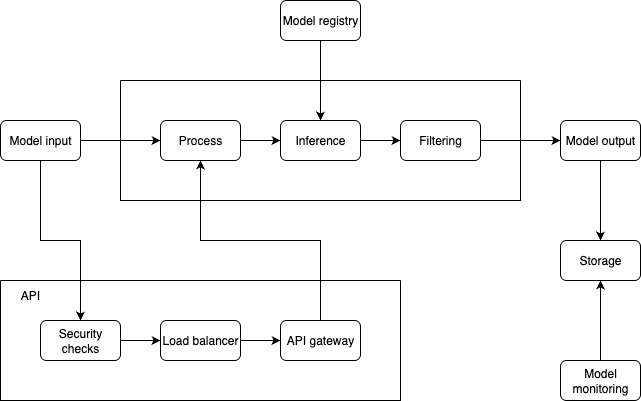
This is machine-learning/image/machine-learning-system-design-0/machine-learning-system-design-3.png from riehseun/riehseun.github.io, a draw.io export, as it was before one commit. Source tidied: cells renumbered, new cells last; positions are measured from the earlier drawing's top-left corner, leaving out a move shared by most shapes.
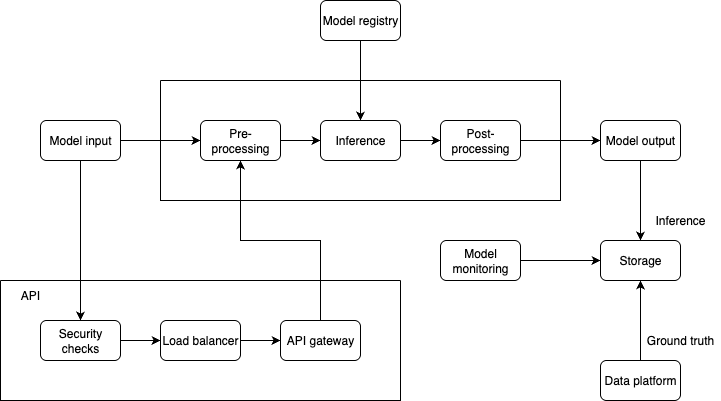
The same diagram one commit later.

The edit, as a diff of the source:
```diff
@@ -14,7 +14,7 @@
     <mxCell id="5" style="edgeStyle=orthogonalEdgeStyle;rounded=0;jettySize=auto;html=1;exitX=1;exitY=0.5;exitDx=0;exitDy=0;entryX=0;entryY=0.5;entryDx=0;entryDy=0;" parent="1" edge="1" source="6" target="22">
       <mxGeometry relative="1" as="geometry" />
     </mxCell>
-    <mxCell id="6" value="Process" style="rounded=1;whiteSpace=wrap;html=1;" parent="1" vertex="1">
+    <mxCell id="6" value="Pre-processing" style="rounded=1;whiteSpace=wrap;html=1;" parent="1" vertex="1">
       <mxGeometry x="160" y="120" width="80" height="40" as="geometry" />
     </mxCell>
     <mxCell id="7" style="edgeStyle=orthogonalEdgeStyle;rounded=0;jettySize=auto;html=1;exitX=0.5;exitY=1;exitDx=0;exitDy=0;entryX=0.5;entryY=0;entryDx=0;entryDy=0;" parent="1" edge="1" source="8" target="22">
@@ -35,29 +35,29 @@
     <mxCell id="12" value="Storage" style="rounded=1;whiteSpace=wrap;html=1;" parent="1" vertex="1">
       <mxGeometry x="560" y="240" width="80" height="40" as="geometry" />
     </mxCell>
-    <mxCell id="13" style="edgeStyle=orthogonalEdgeStyle;rounded=0;jettySize=auto;html=1;exitX=0.5;exitY=0;exitDx=0;exitDy=0;entryX=0.5;entryY=1;entryDx=0;entryDy=0;" parent="1" edge="1" source="14" target="12">
+    <mxCell id="13" style="edgeStyle=orthogonalEdgeStyle;rounded=0;jettySize=auto;html=1;exitX=1;exitY=0.5;exitDx=0;exitDy=0;entryX=0;entryY=0.5;entryDx=0;entryDy=0;" parent="1" edge="1" source="14" target="12">
       <mxGeometry relative="1" as="geometry" />
     </mxCell>
     <mxCell id="14" value="Model monitoring" style="rounded=1;whiteSpace=wrap;html=1;" parent="1" vertex="1">
-      <mxGeometry x="560" y="360" width="80" height="40" as="geometry" />
+      <mxGeometry x="400" y="240" width="80" height="40" as="geometry" />
     </mxCell>
     <mxCell id="15" style="edgeStyle=orthogonalEdgeStyle;rounded=0;jettySize=auto;html=1;exitX=1;exitY=0.5;exitDx=0;exitDy=0;" parent="1" edge="1" source="16" target="20">
       <mxGeometry relative="1" as="geometry" />
     </mxCell>
     <mxCell id="16" value="Security checks" style="rounded=1;whiteSpace=wrap;html=1;" parent="1" vertex="1">
-      <mxGeometry x="40" y="320" width="80" height="40" as="geometry" />
+      <mxGeometry y="320" width="80" height="40" as="geometry" />
     </mxCell>
     <mxCell id="17" style="edgeStyle=orthogonalEdgeStyle;rounded=0;jettySize=auto;html=1;exitX=0.5;exitY=0;exitDx=0;exitDy=0;entryX=0.5;entryY=1;entryDx=0;entryDy=0;" parent="1" edge="1" source="18" target="6">
       <mxGeometry relative="1" as="geometry" />
     </mxCell>
     <mxCell id="18" value="API gateway" style="rounded=1;whiteSpace=wrap;html=1;" parent="1" vertex="1">
-      <mxGeometry x="280" y="320" width="80" height="40" as="geometry" />
+      <mxGeometry x="240" y="320" width="80" height="40" as="geometry" />
     </mxCell>
     <mxCell id="19" style="edgeStyle=orthogonalEdgeStyle;rounded=0;jettySize=auto;html=1;exitX=1;exitY=0.5;exitDx=0;exitDy=0;entryX=0;entryY=0.5;entryDx=0;entryDy=0;" parent="1" edge="1" source="20" target="18">
       <mxGeometry relative="1" as="geometry" />
     </mxCell>
     <mxCell id="20" value="Load balancer" style="rounded=1;whiteSpace=wrap;html=1;" parent="1" vertex="1">
-      <mxGeometry x="160" y="320" width="80" height="40" as="geometry" />
+      <mxGeometry x="120" y="320" width="80" height="40" as="geometry" />
     </mxCell>
     <mxCell id="21" style="swimlane;startSize=0;" parent="1" vertex="1">
       <mxGeometry x="120" y="80" width="400" height="120" as="geometry" />
@@ -65,17 +65,29 @@
     <mxCell id="22" value="Inference" style="rounded=1;whiteSpace=wrap;html=1;" parent="21" vertex="1">
       <mxGeometry x="160" y="40" width="80" height="40" as="geometry" />
     </mxCell>
-    <mxCell id="23" value="Filtering" style="rounded=1;whiteSpace=wrap;html=1;" parent="21" vertex="1">
+    <mxCell id="23" value="Post-processing" style="rounded=1;whiteSpace=wrap;html=1;" parent="21" vertex="1">
       <mxGeometry x="280" y="40" width="80" height="40" as="geometry" />
     </mxCell>
     <mxCell id="24" style="edgeStyle=orthogonalEdgeStyle;rounded=0;jettySize=auto;html=1;exitX=1;exitY=0.5;exitDx=0;exitDy=0;entryX=0;entryY=0.5;entryDx=0;entryDy=0;" parent="21" edge="1" source="22" target="23">
       <mxGeometry relative="1" as="geometry" />
     </mxCell>
     <mxCell id="25" style="swimlane;startSize=0;" parent="1" vertex="1">
-      <mxGeometry y="280" width="400" height="120" as="geometry" />
+      <mxGeometry x="-40" y="280" width="400" height="120" as="geometry" />
     </mxCell>
     <mxCell id="26" value="API" style="text;html=1;align=center;verticalAlign=middle;whiteSpace=wrap;rounded=0;" parent="25" vertex="1">
       <mxGeometry width="60" height="30" as="geometry" />
     </mxCell>
+    <mxCell id="27" style="edgeStyle=orthogonalEdgeStyle;rounded=0;jettySize=auto;html=1;exitX=0.5;exitY=0;exitDx=0;exitDy=0;entryX=0.5;entryY=1;entryDx=0;entryDy=0;" parent="1" edge="1" source="28" target="12">
+      <mxGeometry relative="1" as="geometry" />
+    </mxCell>
+    <mxCell id="28" value="Data platform" style="rounded=1;whiteSpace=wrap;html=1;" parent="1" vertex="1">
+      <mxGeometry x="560" y="360" width="80" height="40" as="geometry" />
+    </mxCell>
+    <mxCell id="29" value="Inference" style="text;html=1;align=center;verticalAlign=middle;whiteSpace=wrap;rounded=0;" parent="1" vertex="1">
+      <mxGeometry x="600" y="200" width="80" height="40" as="geometry" />
+    </mxCell>
+    <mxCell id="30" value="Ground truth" style="text;html=1;align=center;verticalAlign=middle;whiteSpace=wrap;rounded=0;" parent="1" vertex="1">
+      <mxGeometry x="600" y="320" width="80" height="40" as="geometry" />
+    </mxCell>
   </root>
 </mxGraphModel>
```
